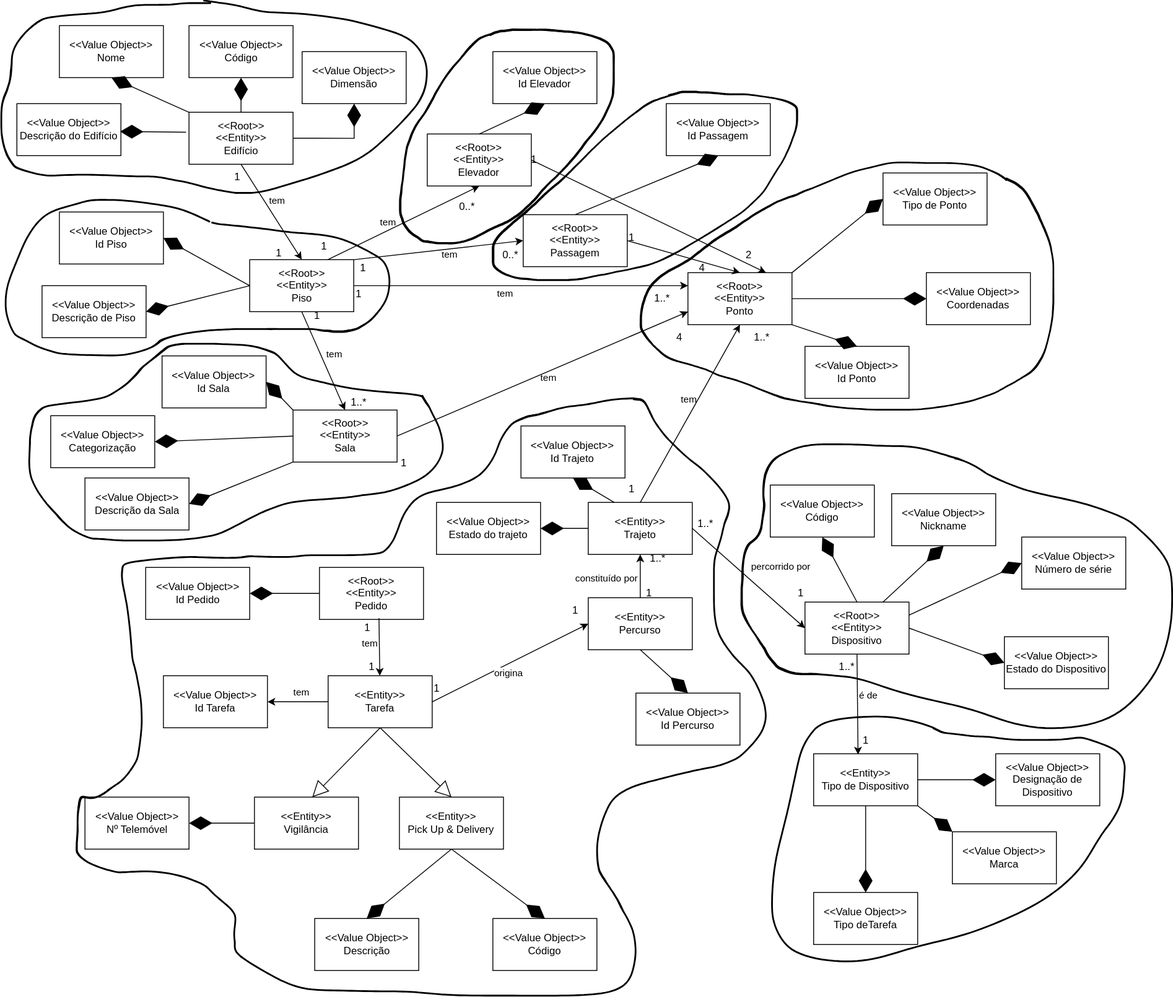
The draw.io diagram docs/DM/DM.svg in SEM5PI2324G58/sem5pi_g58_23_24, before a commit. Source tidied: cells renumbered, new cells last; positions are measured from the earlier drawing's top-left corner, leaving out a move shared by most shapes.
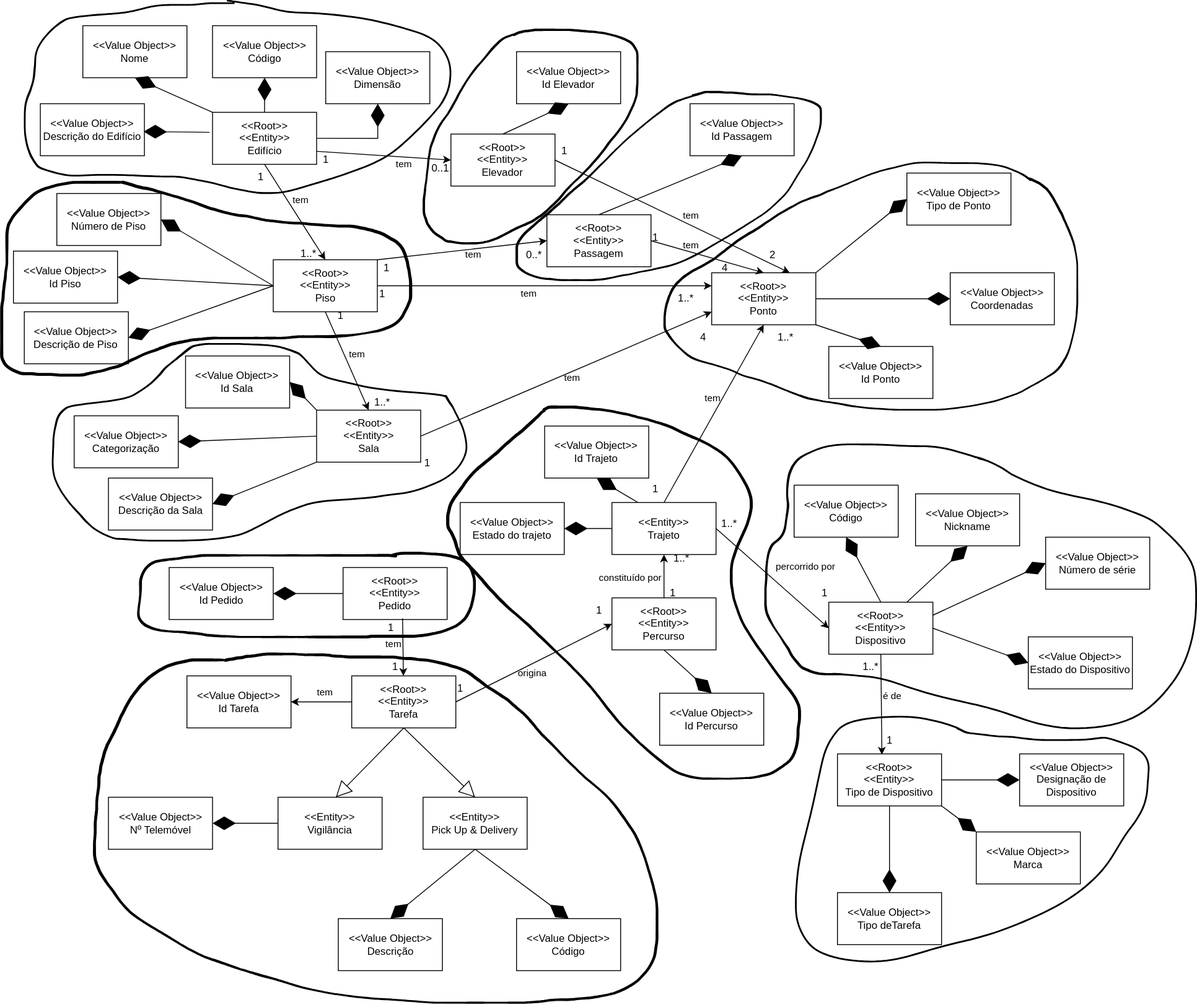
After the commit.

What changed in the source:
```diff
@@ -23,7 +23,7 @@
     <mxCell id="8" value="percorrido por" style="endArrow=classic;html=1;rounded=0;entryX=0;entryY=0.5;entryDx=0;entryDy=0;exitX=1;exitY=0.5;exitDx=0;exitDy=0;labelBackgroundColor=none;" parent="1" edge="1" source="7" target="6">
       <mxGeometry x="0.22" y="35" relative="1" as="geometry" />
     </mxCell>
-    <mxCell id="9" value="&amp;lt;&amp;lt;Entity&amp;gt;&amp;gt;&lt;br&gt;Percurso" style="rounded=0;whiteSpace=wrap;html=1;" parent="1" vertex="1">
+    <mxCell id="9" value="&amp;lt;&amp;lt;Root&amp;gt;&amp;gt;&lt;br style=&quot;border-color: var(--border-color);&quot;&gt;&amp;lt;&amp;lt;Entity&amp;gt;&amp;gt;&lt;br style=&quot;border-color: var(--border-color);&quot;&gt;Percurso" style="rounded=0;whiteSpace=wrap;html=1;" parent="1" vertex="1">
       <mxGeometry x="678" y="689" width="120" height="60" as="geometry" />
     </mxCell>
     <mxCell id="10" style="endArrow=classic;html=1;rounded=0;exitX=0.5;exitY=0;exitDx=0;exitDy=0;" parent="1" edge="1" source="9" target="7">
@@ -37,7 +37,7 @@
     <mxCell id="12" style="endArrow=classic;html=1;rounded=0;exitX=1;exitY=0.5;exitDx=0;exitDy=0;entryX=0;entryY=0.5;entryDx=0;entryDy=0;" parent="1" edge="1" source="124" target="9">
       <mxGeometry relative="1" as="geometry" />
     </mxCell>
-    <mxCell id="13" value="origina" style="edgeLabel;html=1;align=center;verticalAlign=middle;" parent="12" vertex="1">
+    <mxCell id="13" value="origina" style="edgeLabel;html=1;align=center;verticalAlign=middle;labelBackgroundColor=none;" parent="12" vertex="1">
       <mxGeometry x="-0.04" relative="1" as="geometry">
         <mxPoint x="1" y="10" as="offset" />
       </mxGeometry>
@@ -50,7 +50,7 @@
         <mxPoint x="14" y="-8" as="offset" />
       </mxGeometry>
     </mxCell>
-    <mxCell id="16" value="&amp;lt;&amp;lt;Entity&amp;gt;&amp;gt;&lt;br style=&quot;border-color: var(--border-color);&quot;&gt;Tipo de Dispositivo" style="rounded=0;whiteSpace=wrap;html=1;" parent="1" vertex="1">
+    <mxCell id="16" value="&amp;lt;&amp;lt;Root&amp;gt;&amp;gt;&lt;br&gt;&amp;lt;&amp;lt;Entity&amp;gt;&amp;gt;&lt;br style=&quot;border-color: var(--border-color);&quot;&gt;Tipo de Dispositivo" style="rounded=0;whiteSpace=wrap;html=1;" parent="1" vertex="1">
       <mxGeometry x="938" y="869" width="120" height="60" as="geometry" />
     </mxCell>
     <mxCell id="17" value="&amp;lt;&amp;lt;Root&amp;gt;&amp;gt;&lt;br&gt;&amp;lt;&amp;lt;Entity&amp;gt;&amp;gt;&lt;br&gt;Ponto" style="rounded=0;whiteSpace=wrap;html=1;" parent="1" vertex="1">
@@ -98,6 +98,11 @@
     <mxCell id="29" style="endArrow=classic;html=1;rounded=0;entryX=0.5;entryY=0;entryDx=0;entryDy=0;exitX=1;exitY=0.5;exitDx=0;exitDy=0;" parent="1" edge="1" source="26" target="17">
       <mxGeometry relative="1" as="geometry" />
     </mxCell>
+    <mxCell id="137" value="tem" style="edgeLabel;html=1;align=center;verticalAlign=middle;labelBackgroundColor=none;" parent="29" vertex="1">
+      <mxGeometry x="-0.02" y="2" relative="1" as="geometry">
+        <mxPoint x="-19" y="-12" as="offset" />
+      </mxGeometry>
+    </mxCell>
     <mxCell id="30" style="endArrow=classic;html=1;rounded=0;entryX=0.5;entryY=1;entryDx=0;entryDy=0;exitX=0.5;exitY=0;exitDx=0;exitDy=0;" parent="1" edge="1" source="7" target="17">
       <mxGeometry relative="1" as="geometry" />
     </mxCell>
@@ -134,7 +139,7 @@
       <mxGeometry x="257.5" y="188.9" width="30" height="30" as="geometry" />
     </mxCell>
     <mxCell id="41" value="1" style="text;html=1;align=center;verticalAlign=middle;strokeColor=none;fillColor=none;" parent="1" vertex="1">
-      <mxGeometry x="358" y="269" width="30" height="30" as="geometry" />
+      <mxGeometry x="332.5" y="169" width="30" height="30" as="geometry" />
     </mxCell>
     <mxCell id="42" value="1" style="text;html=1;align=center;verticalAlign=middle;strokeColor=none;fillColor=none;" parent="1" vertex="1">
       <mxGeometry x="403" y="294" width="30" height="30" as="geometry" />
@@ -145,14 +150,14 @@
     <mxCell id="44" value="1" style="text;html=1;align=center;verticalAlign=middle;strokeColor=none;fillColor=none;" parent="1" vertex="1">
       <mxGeometry x="350.4" y="349" width="30" height="30" as="geometry" />
     </mxCell>
-    <mxCell id="45" value="0..*" style="text;html=1;align=center;verticalAlign=middle;strokeColor=none;fillColor=none;" parent="1" vertex="1">
-      <mxGeometry x="518" y="222.6" width="40" height="30" as="geometry" />
+    <mxCell id="45" value="0..1" style="text;html=1;align=center;verticalAlign=middle;strokeColor=none;fillColor=none;" parent="1" vertex="1">
+      <mxGeometry x="460.2" y="179" width="40" height="30" as="geometry" />
     </mxCell>
     <mxCell id="46" value="1" style="text;html=1;align=center;verticalAlign=middle;strokeColor=none;fillColor=none;" parent="1" vertex="1">
       <mxGeometry x="713" y="259" width="30" height="30" as="geometry" />
     </mxCell>
     <mxCell id="47" value="4" style="text;html=1;align=center;verticalAlign=middle;strokeColor=none;fillColor=none;" parent="1" vertex="1">
-      <mxGeometry x="794" y="294" width="30" height="30" as="geometry" />
+      <mxGeometry x="793" y="294" width="30" height="30" as="geometry" />
     </mxCell>
     <mxCell id="48" value="1" style="text;html=1;align=center;verticalAlign=middle;strokeColor=none;fillColor=none;" parent="1" vertex="1">
       <mxGeometry x="908" y="669" width="30" height="30" as="geometry" />
@@ -199,19 +204,19 @@
         <mxPoint x="16" as="offset" />
       </mxGeometry>
     </mxCell>
-    <mxCell id="61" style="endArrow=classic;html=1;rounded=0;entryX=0.5;entryY=1;entryDx=0;entryDy=0;exitX=0.75;exitY=0;exitDx=0;exitDy=0;" parent="1" edge="1" source="22" target="58">
+    <mxCell id="61" style="endArrow=classic;html=1;rounded=0;entryX=0;entryY=0.5;entryDx=0;entryDy=0;exitX=1;exitY=0.75;exitDx=0;exitDy=0;" parent="1" edge="1" source="21" target="58">
       <mxGeometry relative="1" as="geometry" />
     </mxCell>
     <mxCell id="62" value="tem" style="edgeLabel;html=1;align=center;verticalAlign=middle;labelBackgroundColor=none;" parent="61" vertex="1">
       <mxGeometry x="-0.09" y="2" relative="1" as="geometry">
-        <mxPoint x="-10" y="-3" as="offset" />
+        <mxPoint x="29" y="12" as="offset" />
       </mxGeometry>
     </mxCell>
     <mxCell id="63" value="0..*" style="text;html=1;align=center;verticalAlign=middle;strokeColor=none;fillColor=none;" parent="1" vertex="1">
       <mxGeometry x="568" y="279" width="40" height="30" as="geometry" />
     </mxCell>
-    <mxCell id="64" value="1" style="text;html=1;align=center;verticalAlign=middle;strokeColor=none;fillColor=none;" parent="1" vertex="1">
-      <mxGeometry x="306.4" y="277.1" width="30" height="30" as="geometry" />
+    <mxCell id="64" value="1..*" style="text;html=1;align=center;verticalAlign=middle;strokeColor=none;fillColor=none;" parent="1" vertex="1">
+      <mxGeometry x="308" y="277.1" width="40" height="30" as="geometry" />
     </mxCell>
     <mxCell id="65" value="1..*" style="text;html=1;align=center;verticalAlign=middle;strokeColor=none;fillColor=none;" parent="1" vertex="1">
       <mxGeometry x="393" y="449" width="40" height="30" as="geometry" />
@@ -252,7 +257,7 @@
       <mxGeometry relative="1" as="geometry" />
     </mxCell>
     <mxCell id="77" value="&amp;lt;&amp;lt;Value Object&amp;gt;&amp;gt;&lt;br style=&quot;border-color: var(--border-color);&quot;&gt;Id Piso" style="rounded=0;whiteSpace=wrap;html=1;" parent="1" vertex="1">
-      <mxGeometry x="68" y="244" width="120" height="60" as="geometry" />
+      <mxGeometry x="-12" y="289" width="120" height="60" as="geometry" />
     </mxCell>
     <mxCell id="78" style="endArrow=diamondThin;endFill=1;endSize=24;html=1;rounded=0;exitX=0;exitY=0.5;exitDx=0;exitDy=0;entryX=1;entryY=0.5;entryDx=0;entryDy=0;" parent="1" edge="1" source="22" target="77">
       <mxGeometry relative="1" as="geometry" />
@@ -346,7 +351,7 @@
       <mxGeometry relative="1" as="geometry" />
     </mxCell>
     <mxCell id="107" value="&amp;lt;&amp;lt;Value Object&amp;gt;&amp;gt;&lt;br style=&quot;border-color: var(--border-color);&quot;&gt;Descrição de Piso" style="rounded=0;whiteSpace=wrap;html=1;" parent="1" vertex="1">
-      <mxGeometry x="48" y="329" width="120" height="60" as="geometry" />
+      <mxGeometry x="0.5" y="359" width="120" height="60" as="geometry" />
     </mxCell>
     <mxCell id="108" value="&amp;lt;&amp;lt;Value Object&amp;gt;&amp;gt;&lt;br style=&quot;border-color: var(--border-color);&quot;&gt;Categorização" style="rounded=0;whiteSpace=wrap;html=1;" parent="1" vertex="1">
       <mxGeometry x="58" y="479" width="120" height="60" as="geometry" />
@@ -390,13 +395,18 @@
     <mxCell id="121" style="endArrow=classic;html=1;rounded=0;entryX=0.75;entryY=0;entryDx=0;entryDy=0;exitX=1;exitY=0.5;exitDx=0;exitDy=0;" parent="1" edge="1" source="58" target="17">
       <mxGeometry relative="1" as="geometry" />
     </mxCell>
+    <mxCell id="138" value="tem" style="edgeLabel;html=1;align=center;verticalAlign=middle;labelBackgroundColor=none;" parent="121" vertex="1">
+      <mxGeometry x="0.12" y="1" relative="1" as="geometry">
+        <mxPoint x="4" y="-9" as="offset" />
+      </mxGeometry>
+    </mxCell>
     <mxCell id="122" value="1" style="text;html=1;align=center;verticalAlign=middle;strokeColor=none;fillColor=none;" parent="1" vertex="1">
-      <mxGeometry x="600.4" y="169" width="30" height="30" as="geometry" />
+      <mxGeometry x="608" y="158.9" width="30" height="30" as="geometry" />
     </mxCell>
     <mxCell id="123" value="2" style="text;html=1;align=center;verticalAlign=middle;strokeColor=none;fillColor=none;" parent="1" vertex="1">
       <mxGeometry x="848" y="279" width="30" height="30" as="geometry" />
     </mxCell>
-    <mxCell id="124" value="&amp;lt;&amp;lt;Entity&amp;gt;&amp;gt;&lt;br&gt;Tarefa" style="rounded=0;whiteSpace=wrap;html=1;" parent="1" vertex="1">
+    <mxCell id="124" value="&amp;lt;&amp;lt;Root&amp;gt;&amp;gt;&lt;br style=&quot;border-color: var(--border-color);&quot;&gt;&amp;lt;&amp;lt;Entity&amp;gt;&amp;gt;&lt;br style=&quot;border-color: var(--border-color);&quot;&gt;Tarefa" style="rounded=0;whiteSpace=wrap;html=1;" parent="1" vertex="1">
       <mxGeometry x="378" y="779" width="120" height="60" as="geometry" />
     </mxCell>
     <mxCell id="125" value="tem" style="endArrow=classic;html=1;rounded=0;exitX=0;exitY=0.5;exitDx=0;exitDy=0;entryX=1;entryY=0.5;entryDx=0;entryDy=0;" parent="1" edge="1" source="124" target="126">
@@ -419,15 +429,9 @@
     <mxCell id="130" style="shape=(stored shape, 7588 characters);lineShape=1;" parent="1" vertex="1">
       <mxGeometry x="0.5" y="-0.4" width="491.8" height="223" as="geometry" />
     </mxCell>
-    <mxCell id="131" style="shape=(stored shape, 7052 characters);lineShape=1;" parent="1" vertex="1">
-      <mxGeometry x="5.5" y="229.5" width="443.7" height="180.5" as="geometry" />
-    </mxCell>
     <mxCell id="132" style="shape=(stored shape, 7752 characters);lineShape=1;" parent="1" vertex="1">
       <mxGeometry x="32.7" y="395.5" width="478.1" height="228" as="geometry" />
     </mxCell>
-    <mxCell id="133" style="shape=(stored shape, 15320 characters);lineShape=1;" parent="1" vertex="1">
-      <mxGeometry x="87.3" y="458.4" width="796" height="690.1" as="geometry" />
-    </mxCell>
     <mxCell id="134" style="shape=(stored shape, 7992 characters);lineShape=1;" parent="1" vertex="1">
       <mxGeometry x="854.1" y="511.5" width="497.9" height="328.5" as="geometry" />
     </mxCell>
@@ -437,5 +441,23 @@
     <mxCell id="136" value="1" style="text;html=1;align=center;verticalAlign=middle;strokeColor=none;fillColor=none;" parent="1" vertex="1">
       <mxGeometry x="398" y="324" width="30" height="30" as="geometry" />
     </mxCell>
+    <mxCell id="139" value="&amp;lt;&amp;lt;Value Object&amp;gt;&amp;gt;&lt;br style=&quot;border-color: var(--border-color);&quot;&gt;Número de Piso" style="rounded=0;whiteSpace=wrap;html=1;" parent="1" vertex="1">
+      <mxGeometry x="38" y="222.6" width="120" height="60" as="geometry" />
+    </mxCell>
+    <mxCell id="140" style="endArrow=diamondThin;endFill=1;endSize=24;html=1;rounded=0;exitX=0;exitY=0.5;exitDx=0;exitDy=0;entryX=1;entryY=0.5;entryDx=0;entryDy=0;" parent="1" edge="1" source="22" target="139">
+      <mxGeometry relative="1" as="geometry" />
+    </mxCell>
+    <mxCell id="141" style="shape=(stored shape, 12052 characters);lineShape=1;" parent="1" vertex="1">
+      <mxGeometry x="-26.9" y="208.3" width="474.1" height="225" as="geometry" />
+    </mxCell>
+    <mxCell id="142" style="shape=(stored shape, 16552 characters);lineShape=1;" parent="1" vertex="1">
+      <mxGeometry x="80.2" y="752.6" width="650.9" height="404.1" as="geometry" />
+    </mxCell>
+    <mxCell id="143" style="shape=(stored shape, 8936 characters);lineShape=1;" parent="1" vertex="1">
+      <mxGeometry x="131" y="636.2" width="389.6" height="99.2" as="geometry" />
+    </mxCell>
+    <mxCell id="144" style="shape=(stored shape, 14048 characters);lineShape=1;" parent="1" vertex="1">
+      <mxGeometry x="487.3" y="467.6" width="408.1" height="430.8" as="geometry" />
+    </mxCell>
   </root>
 </mxGraphModel>
```
